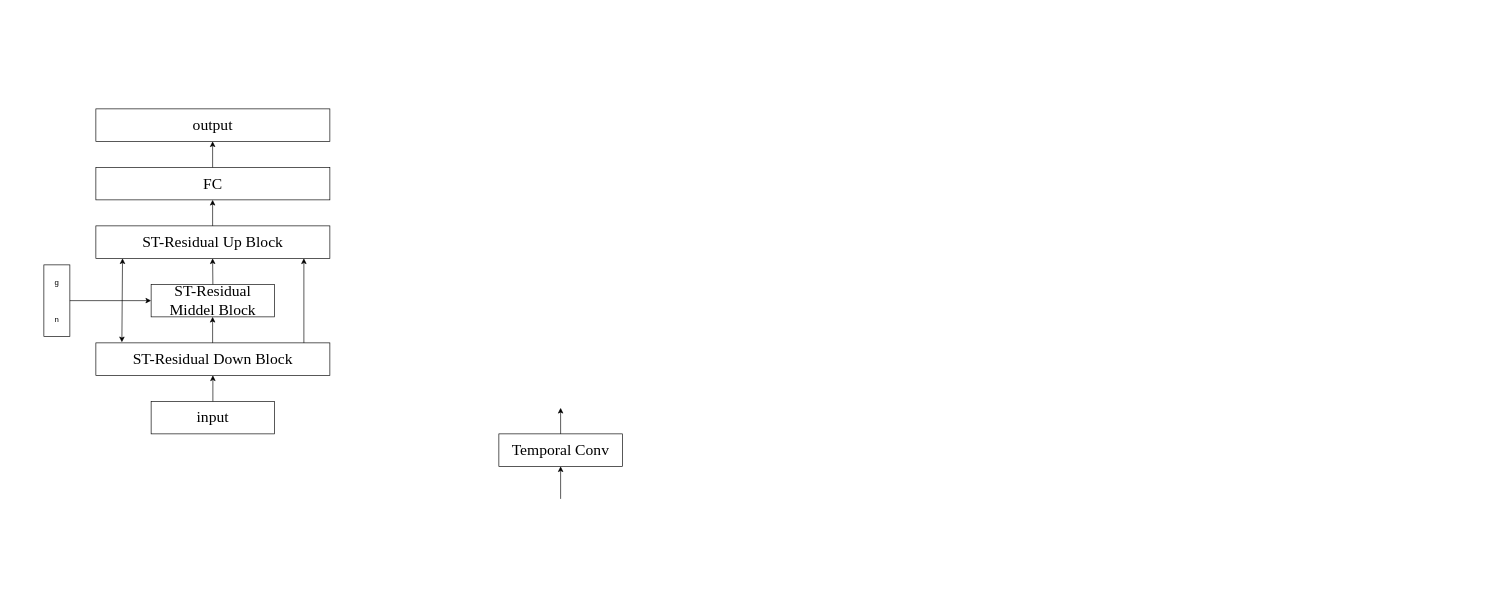
123456789bhf/Basics keeps this draw.io diagram as 笔记（word版本）/未命名绘图.drawio. Above is the earlier version. Source tidied: cells renumbered, new cells numbered last; positions are measured from the earlier drawing's top-left corner, leaving out a move shared by most shapes. Both pictures are drawn from the tidied source at 65%, with x=0, y=0 at pixel (44, 109).
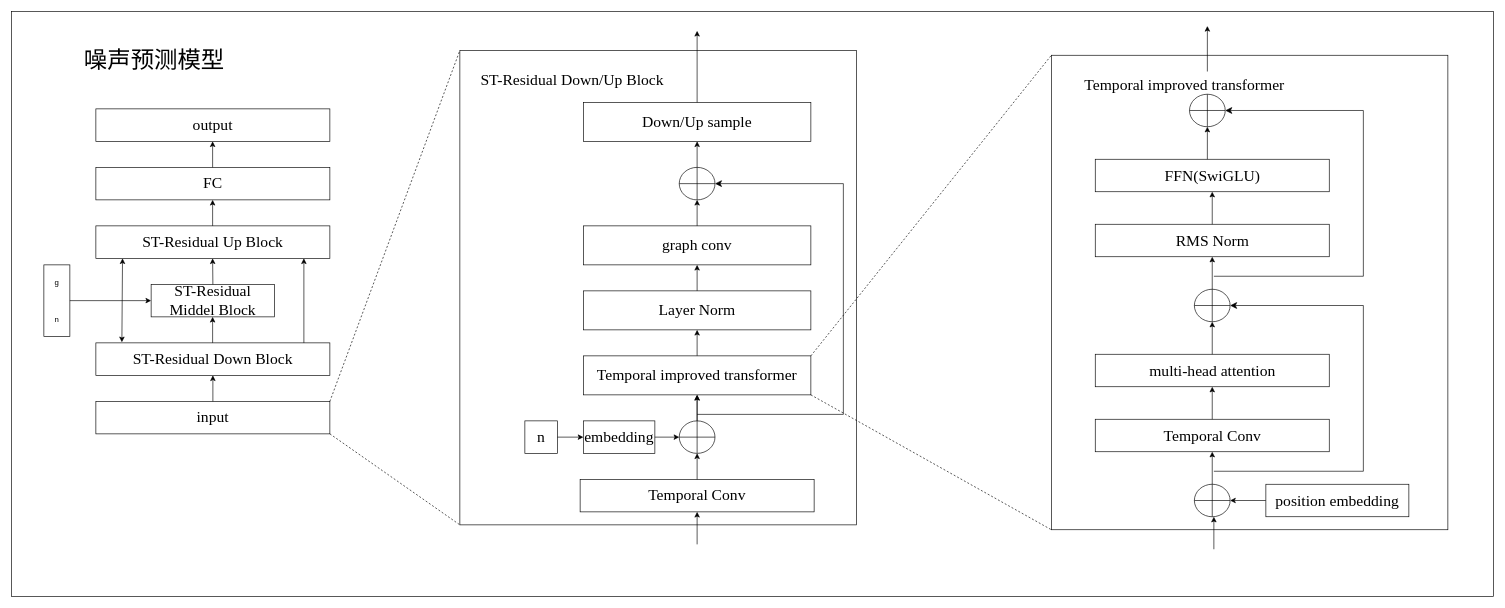
The same page after the edit.

Commit message (it also covers changes not shown here):
更新未命名绘图.drawio

The edit, as a diff of the source:
```diff
@@
+    <mxCell id="23" style="rounded=0;whiteSpace=wrap;html=1;" parent="1" vertex="1">
+      <mxGeometry x="-50" y="-150" width="2280" height="900" as="geometry" />
+    </mxCell>
+    <mxCell id="24" style="rounded=0;whiteSpace=wrap;html=1;" parent="1" vertex="1">
+      <mxGeometry x="1550" y="-82.5" width="610" height="730" as="geometry" />
+    </mxCell>
+    <mxCell id="25" style="rounded=0;whiteSpace=wrap;html=1;" parent="1" vertex="1">
+      <mxGeometry x="640" y="-90" width="610" height="730" as="geometry" />
+    </mxCell>
     <mxCell id="2" value="&lt;font face=&quot;Times New Roman&quot; style=&quot;font-size: 24px;&quot;&gt;input&lt;/font&gt;" style="rounded=0;whiteSpace=wrap;html=1;labelBackgroundColor=none;" parent="1" vertex="1">
-      <mxGeometry x="165" y="450" width="190" height="50" as="geometry" />
+      <mxGeometry x="80" y="450" width="360" height="50" as="geometry" />
     </mxCell>
@@
     <mxCell id="18" style="edgeStyle=orthogonalEdgeStyle;rounded=0;orthogonalLoop=1;jettySize=auto;html=1;exitX=0.5;exitY=1;exitDx=0;exitDy=0;labelBackgroundColor=none;fontColor=default;" parent="1" edge="1">
       <mxGeometry relative="1" as="geometry">
-        <mxPoint x="725" y="550" as="sourcePoint" />
-        <mxPoint x="725" y="550" as="targetPoint" />
+        <mxPoint x="935" y="620" as="sourcePoint" />
+        <mxPoint x="935" y="620" as="targetPoint" />
       </mxGeometry>
     </mxCell>
     <mxCell id="19" value="&lt;font face=&quot;Times New Roman&quot;&gt;&lt;span style=&quot;font-size: 24px;&quot;&gt;Temporal Conv&lt;/span&gt;&lt;/font&gt;" style="rounded=0;whiteSpace=wrap;html=1;labelBackgroundColor=none;" parent="1" vertex="1">
-      <mxGeometry x="700" y="500" width="190" height="50" as="geometry" />
+      <mxGeometry x="825" y="570" width="360" height="50" as="geometry" />
     </mxCell>
     <mxCell id="20" style="endArrow=classic;html=1;rounded=0;exitX=0.5;exitY=0;exitDx=0;exitDy=0;entryX=0.5;entryY=1;entryDx=0;entryDy=0;labelBackgroundColor=none;fontColor=default;" parent="1" edge="1" source="19">
       <mxGeometry relative="1" as="geometry">
-        <mxPoint x="795" y="460" as="targetPoint" />
+        <mxPoint x="1005" y="530" as="targetPoint" />
       </mxGeometry>
     </mxCell>
@@
     <mxCell id="22" style="endArrow=classic;html=1;rounded=0;labelBackgroundColor=none;fontColor=default;entryX=0.5;entryY=1;entryDx=0;entryDy=0;" parent="1" edge="1" target="19">
       <mxGeometry relative="1" as="geometry">
-        <mxPoint x="795" y="600" as="sourcePoint" />
+        <mxPoint x="1005" y="670" as="sourcePoint" />
       </mxGeometry>
     </mxCell>
+    <mxCell id="26" value="&lt;font face=&quot;Times New Roman&quot;&gt;&lt;span style=&quot;font-size: 24px;&quot;&gt;n&lt;/span&gt;&lt;/font&gt;" style="rounded=0;whiteSpace=wrap;html=1;labelBackgroundColor=none;" parent="1" vertex="1">
+      <mxGeometry x="740" y="480" width="50" height="50" as="geometry" />
+    </mxCell>
+    <mxCell id="27" style="endArrow=classic;html=1;rounded=0;labelBackgroundColor=none;fontColor=default;exitX=1;exitY=0.5;exitDx=0;exitDy=0;entryX=0;entryY=0.5;entryDx=0;entryDy=0;" parent="1" edge="1" source="26" target="28">
+      <mxGeometry relative="1" as="geometry" />
+    </mxCell>
+    <mxCell id="28" value="&lt;font face=&quot;Times New Roman&quot;&gt;&lt;span style=&quot;font-size: 24px;&quot;&gt;embedding&lt;/span&gt;&lt;/font&gt;" style="rounded=0;whiteSpace=wrap;html=1;labelBackgroundColor=none;" parent="1" vertex="1">
+      <mxGeometry x="830" y="480" width="110" height="50" as="geometry" />
+    </mxCell>
+    <mxCell id="29" style="endArrow=classic;html=1;rounded=0;exitX=1;exitY=0.5;exitDx=0;exitDy=0;entryX=0;entryY=0.5;entryDx=0;entryDy=0;" parent="1" edge="1" source="28">
+      <mxGeometry relative="1" as="geometry">
+        <mxPoint x="977.5" y="505" as="targetPoint" />
+      </mxGeometry>
+    </mxCell>
+    <mxCell id="30" style="endArrow=classic;html=1;rounded=0;exitX=0.5;exitY=0;exitDx=0;exitDy=0;labelBackgroundColor=none;fontColor=default;" parent="1" edge="1">
+      <mxGeometry relative="1" as="geometry">
+        <mxPoint x="1005" y="480" as="sourcePoint" />
+        <mxPoint x="1005" y="440" as="targetPoint" />
+      </mxGeometry>
+    </mxCell>
+    <mxCell id="31" style="edgeStyle=orthogonalEdgeStyle;rounded=0;jettySize=auto;html=1;" parent="1" edge="1" source="32" target="33">
+      <mxGeometry relative="1" as="geometry" />
+    </mxCell>
+    <mxCell id="32" value="&lt;font face=&quot;Times New Roman&quot;&gt;&lt;span style=&quot;font-size: 24px;&quot;&gt;Temporal improved transformer&lt;/span&gt;&lt;/font&gt;" style="rounded=0;whiteSpace=wrap;html=1;labelBackgroundColor=none;" parent="1" vertex="1">
+      <mxGeometry x="830" y="380" width="350" height="60" as="geometry" />
+    </mxCell>
+    <mxCell id="33" value="&lt;font face=&quot;Times New Roman&quot; style=&quot;font-size: 24px;&quot;&gt;Layer Norm&lt;/font&gt;" style="whiteSpace=wrap;html=1;rounded=0;labelBackgroundColor=none;" parent="1" vertex="1">
+      <mxGeometry x="830" y="280" width="350" height="60" as="geometry" />
+    </mxCell>
+    <mxCell id="34" style="endArrow=classic;html=1;rounded=0;exitX=0.5;exitY=0;exitDx=0;exitDy=0;labelBackgroundColor=none;fontColor=default;" parent="1" edge="1">
+      <mxGeometry relative="1" as="geometry">
+        <mxPoint x="1005" y="280" as="sourcePoint" />
+        <mxPoint x="1005" y="240" as="targetPoint" />
+      </mxGeometry>
+    </mxCell>
+    <mxCell id="35" value="&lt;font face=&quot;Times New Roman&quot;&gt;&lt;span style=&quot;font-size: 24px;&quot;&gt;graph conv&lt;/span&gt;&lt;/font&gt;" style="rounded=0;whiteSpace=wrap;html=1;labelBackgroundColor=none;" parent="1" vertex="1">
+      <mxGeometry x="830" y="180" width="350" height="60" as="geometry" />
+    </mxCell>
+    <mxCell id="36" style="endArrow=classic;html=1;rounded=0;exitX=0.5;exitY=0;exitDx=0;exitDy=0;labelBackgroundColor=none;fontColor=default;" parent="1" edge="1">
+      <mxGeometry relative="1" as="geometry">
+        <mxPoint x="1005" y="180" as="sourcePoint" />
+        <mxPoint x="1005" y="140" as="targetPoint" />
+      </mxGeometry>
+    </mxCell>
+    <mxCell id="37" style="shape=orEllipse;perimeter=ellipsePerimeter;whiteSpace=wrap;html=1;backgroundOutline=1;" parent="1" vertex="1">
+      <mxGeometry x="977.5" y="90" width="55" height="50" as="geometry" />
+    </mxCell>
+    <mxCell id="38" style="endArrow=classic;html=1;rounded=0;exitX=0.5;exitY=0;exitDx=0;exitDy=0;labelBackgroundColor=none;fontColor=default;" parent="1" edge="1">
+      <mxGeometry relative="1" as="geometry">
+        <mxPoint x="1005" y="90" as="sourcePoint" />
+        <mxPoint x="1005" y="50" as="targetPoint" />
+      </mxGeometry>
+    </mxCell>
+    <mxCell id="39" value="&lt;font face=&quot;Times New Roman&quot;&gt;&lt;span style=&quot;font-size: 24px;&quot;&gt;Down/Up sample&lt;/span&gt;&lt;/font&gt;" style="rounded=0;whiteSpace=wrap;html=1;labelBackgroundColor=none;" parent="1" vertex="1">
+      <mxGeometry x="830" y="-10" width="350" height="60" as="geometry" />
+    </mxCell>
+    <mxCell id="40" style="endArrow=classic;html=1;rounded=0;exitX=0.5;exitY=0;exitDx=0;exitDy=0;labelBackgroundColor=none;fontColor=default;" parent="1" edge="1" source="39">
+      <mxGeometry relative="1" as="geometry">
+        <mxPoint x="1005" y="-120" as="targetPoint" />
+      </mxGeometry>
+    </mxCell>
+    <mxCell id="41" value="&lt;font face=&quot;Times New Roman&quot; style=&quot;font-size: 24px;&quot;&gt;ST-Residual Down/Up Block&lt;/font&gt;" style="text;html=1;align=center;verticalAlign=middle;whiteSpace=wrap;rounded=0;" parent="1" vertex="1">
+      <mxGeometry x="647.5" y="-60" width="330" height="30" as="geometry" />
+    </mxCell>
+    <mxCell id="42" style="endArrow=none;dashed=1;html=1;rounded=0;exitX=1;exitY=0;exitDx=0;exitDy=0;entryX=0;entryY=0;entryDx=0;entryDy=0;" parent="1" edge="1" source="2" target="25">
+      <mxGeometry relative="1" as="geometry" />
+    </mxCell>
+    <mxCell id="43" style="endArrow=none;dashed=1;html=1;rounded=0;exitX=1;exitY=1;exitDx=0;exitDy=0;entryX=0;entryY=1;entryDx=0;entryDy=0;" parent="1" edge="1" source="2" target="25">
+      <mxGeometry relative="1" as="geometry" />
+    </mxCell>
+    <mxCell id="44" style="edgeStyle=orthogonalEdgeStyle;rounded=0;orthogonalLoop=1;jettySize=auto;html=1;exitX=0.5;exitY=1;exitDx=0;exitDy=0;labelBackgroundColor=none;fontColor=default;" parent="1" edge="1">
+      <mxGeometry relative="1" as="geometry">
+        <mxPoint x="1730" y="627.5" as="sourcePoint" />
+        <mxPoint x="1730" y="627.5" as="targetPoint" />
+      </mxGeometry>
+    </mxCell>
+    <mxCell id="45" style="edgeStyle=orthogonalEdgeStyle;rounded=0;orthogonalLoop=1;jettySize=auto;html=1;exitX=0.5;exitY=1;exitDx=0;exitDy=0;labelBackgroundColor=none;fontColor=default;" parent="1" edge="1">
+      <mxGeometry relative="1" as="geometry">
+        <mxPoint x="1800" y="627.5" as="sourcePoint" />
+        <mxPoint x="1800" y="627.5" as="targetPoint" />
+      </mxGeometry>
+    </mxCell>
+    <mxCell id="46" style="endArrow=classic;html=1;rounded=0;labelBackgroundColor=none;fontColor=default;entryX=0.5;entryY=1;entryDx=0;entryDy=0;" parent="1" edge="1">
+      <mxGeometry relative="1" as="geometry">
+        <mxPoint x="1800" y="677.5" as="sourcePoint" />
+        <mxPoint x="1800" y="627.5" as="targetPoint" />
+      </mxGeometry>
+    </mxCell>
+    <mxCell id="47" style="shape=orEllipse;perimeter=ellipsePerimeter;whiteSpace=wrap;html=1;backgroundOutline=1;" parent="1" vertex="1">
+      <mxGeometry x="1770" y="577.5" width="55" height="50" as="geometry" />
+    </mxCell>
+    <mxCell id="48" style="edgeStyle=orthogonalEdgeStyle;rounded=0;jettySize=auto;html=1;" parent="1" edge="1" source="49" target="47">
+      <mxGeometry relative="1" as="geometry" />
+    </mxCell>
+    <mxCell id="49" value="&lt;font face=&quot;Times New Roman&quot;&gt;&lt;span style=&quot;font-size: 24px;&quot;&gt;position embedding&lt;/span&gt;&lt;/font&gt;" style="rounded=0;whiteSpace=wrap;html=1;labelBackgroundColor=none;" parent="1" vertex="1">
+      <mxGeometry x="1880" y="577.5" width="220" height="50" as="geometry" />
+    </mxCell>
+    <mxCell id="50" style="edgeStyle=orthogonalEdgeStyle;rounded=0;orthogonalLoop=1;jettySize=auto;html=1;exitX=0.5;exitY=1;exitDx=0;exitDy=0;labelBackgroundColor=none;fontColor=default;" parent="1" edge="1">
+      <mxGeometry relative="1" as="geometry">
+        <mxPoint x="1727.5" y="527.5" as="sourcePoint" />
+        <mxPoint x="1727.5" y="527.5" as="targetPoint" />
+      </mxGeometry>
+    </mxCell>
+    <mxCell id="51" value="&lt;font face=&quot;Times New Roman&quot;&gt;&lt;span style=&quot;font-size: 24px;&quot;&gt;Temporal Conv&lt;/span&gt;&lt;/font&gt;" style="rounded=0;whiteSpace=wrap;html=1;labelBackgroundColor=none;" parent="1" vertex="1">
+      <mxGeometry x="1617.5" y="477.5" width="360" height="50" as="geometry" />
+    </mxCell>
+    <mxCell id="52" style="edgeStyle=orthogonalEdgeStyle;rounded=0;orthogonalLoop=1;jettySize=auto;html=1;exitX=0.5;exitY=1;exitDx=0;exitDy=0;labelBackgroundColor=none;fontColor=default;" parent="1" edge="1" source="51" target="51">
+      <mxGeometry relative="1" as="geometry" />
+    </mxCell>
+    <mxCell id="53" style="endArrow=classic;html=1;rounded=0;labelBackgroundColor=none;fontColor=default;entryX=0.5;entryY=1;entryDx=0;entryDy=0;" parent="1" edge="1" target="51">
+      <mxGeometry relative="1" as="geometry">
+        <mxPoint x="1797.5" y="577.5" as="sourcePoint" />
+      </mxGeometry>
+    </mxCell>
+    <mxCell id="54" style="edgeStyle=orthogonalEdgeStyle;rounded=0;orthogonalLoop=1;jettySize=auto;html=1;exitX=0.5;exitY=1;exitDx=0;exitDy=0;labelBackgroundColor=none;fontColor=default;" parent="1" edge="1">
+      <mxGeometry relative="1" as="geometry">
+        <mxPoint x="1727.5" y="427.5" as="sourcePoint" />
+        <mxPoint x="1727.5" y="427.5" as="targetPoint" />
+      </mxGeometry>
+    </mxCell>
+    <mxCell id="55" value="&lt;font face=&quot;Times New Roman&quot;&gt;&lt;span style=&quot;font-size: 24px;&quot;&gt;multi-head attention&lt;/span&gt;&lt;/font&gt;" style="rounded=0;whiteSpace=wrap;html=1;labelBackgroundColor=none;" parent="1" vertex="1">
+      <mxGeometry x="1617.5" y="377.5" width="360" height="50" as="geometry" />
+    </mxCell>
+    <mxCell id="56" style="edgeStyle=orthogonalEdgeStyle;rounded=0;orthogonalLoop=1;jettySize=auto;html=1;exitX=0.5;exitY=1;exitDx=0;exitDy=0;labelBackgroundColor=none;fontColor=default;" parent="1" edge="1" source="55" target="55">
+      <mxGeometry relative="1" as="geometry" />
+    </mxCell>
+    <mxCell id="57" style="endArrow=classic;html=1;rounded=0;labelBackgroundColor=none;fontColor=default;entryX=0.5;entryY=1;entryDx=0;entryDy=0;" parent="1" edge="1" target="55">
+      <mxGeometry relative="1" as="geometry">
+        <mxPoint x="1797.5" y="477.5" as="sourcePoint" />
+      </mxGeometry>
+    </mxCell>
+    <mxCell id="58" style="edgeStyle=orthogonalEdgeStyle;rounded=0;orthogonalLoop=1;jettySize=auto;html=1;exitX=0.5;exitY=1;exitDx=0;exitDy=0;labelBackgroundColor=none;fontColor=default;" parent="1" edge="1">
+      <mxGeometry relative="1" as="geometry">
+        <mxPoint x="1727.5" y="327.5" as="sourcePoint" />
+        <mxPoint x="1727.5" y="327.5" as="targetPoint" />
+      </mxGeometry>
+    </mxCell>
+    <mxCell id="59" style="edgeStyle=orthogonalEdgeStyle;rounded=0;orthogonalLoop=1;jettySize=auto;html=1;exitX=0.5;exitY=1;exitDx=0;exitDy=0;labelBackgroundColor=none;fontColor=default;" parent="1" edge="1">
+      <mxGeometry relative="1" as="geometry">
+        <mxPoint x="1797.5" y="327.5" as="sourcePoint" />
+        <mxPoint x="1797.5" y="327.5" as="targetPoint" />
+      </mxGeometry>
+    </mxCell>
+    <mxCell id="60" style="endArrow=classic;html=1;rounded=0;labelBackgroundColor=none;fontColor=default;entryX=0.5;entryY=1;entryDx=0;entryDy=0;" parent="1" edge="1">
+      <mxGeometry relative="1" as="geometry">
+        <mxPoint x="1797.5" y="377.5" as="sourcePoint" />
+        <mxPoint x="1797.5" y="327.5" as="targetPoint" />
+      </mxGeometry>
+    </mxCell>
+    <mxCell id="61" style="shape=orEllipse;perimeter=ellipsePerimeter;whiteSpace=wrap;html=1;backgroundOutline=1;" parent="1" vertex="1">
+      <mxGeometry x="1770" y="277.5" width="55" height="50" as="geometry" />
+    </mxCell>
+    <mxCell id="62" style="edgeStyle=orthogonalEdgeStyle;rounded=0;jettySize=auto;html=1;" parent="1" edge="1" source="63" target="32">
+      <mxGeometry relative="1" as="geometry" />
+    </mxCell>
+    <mxCell id="63" style="shape=orEllipse;perimeter=ellipsePerimeter;whiteSpace=wrap;html=1;backgroundOutline=1;" parent="1" vertex="1">
+      <mxGeometry x="977.5" y="480" width="55" height="50" as="geometry" />
+    </mxCell>
+    <mxCell id="64" style="edgeStyle=elbowEdgeStyle;elbow=horizontal;endArrow=classic;html=1;curved=0;rounded=0;endSize=8;startSize=8;entryX=1;entryY=0.5;entryDx=0;entryDy=0;" parent="1" edge="1" target="37">
+      <mxGeometry relative="1" as="geometry">
+        <mxPoint x="1005" y="470" as="sourcePoint" />
+        <Array as="points">
+          <mxPoint x="1230" y="270" />
+        </Array>
+      </mxGeometry>
+    </mxCell>
+    <mxCell id="65" style="edgeStyle=elbowEdgeStyle;elbow=horizontal;endArrow=classic;html=1;curved=0;rounded=0;endSize=8;startSize=8;entryX=1;entryY=0.5;entryDx=0;entryDy=0;" parent="1" edge="1" target="61">
+      <mxGeometry relative="1" as="geometry">
+        <mxPoint x="1800" y="557.5" as="sourcePoint" />
+        <Array as="points">
+          <mxPoint x="2030" y="427.5" />
+        </Array>
+      </mxGeometry>
+    </mxCell>
+    <mxCell id="66" style="edgeStyle=orthogonalEdgeStyle;rounded=0;orthogonalLoop=1;jettySize=auto;html=1;exitX=0.5;exitY=1;exitDx=0;exitDy=0;labelBackgroundColor=none;fontColor=default;" parent="1" edge="1">
+      <mxGeometry relative="1" as="geometry">
+        <mxPoint x="1727.5" y="227.5" as="sourcePoint" />
+        <mxPoint x="1727.5" y="227.5" as="targetPoint" />
+      </mxGeometry>
+    </mxCell>
+    <mxCell id="67" value="&lt;font face=&quot;Times New Roman&quot;&gt;&lt;span style=&quot;font-size: 24px;&quot;&gt;RMS Norm&lt;/span&gt;&lt;/font&gt;" style="rounded=0;whiteSpace=wrap;html=1;labelBackgroundColor=none;" parent="1" vertex="1">
+      <mxGeometry x="1617.5" y="177.5" width="360" height="50" as="geometry" />
+    </mxCell>
+    <mxCell id="68" style="edgeStyle=orthogonalEdgeStyle;rounded=0;orthogonalLoop=1;jettySize=auto;html=1;exitX=0.5;exitY=1;exitDx=0;exitDy=0;labelBackgroundColor=none;fontColor=default;" parent="1" edge="1" source="67" target="67">
+      <mxGeometry relative="1" as="geometry" />
+    </mxCell>
+    <mxCell id="69" style="endArrow=classic;html=1;rounded=0;labelBackgroundColor=none;fontColor=default;entryX=0.5;entryY=1;entryDx=0;entryDy=0;" parent="1" edge="1" target="67">
+      <mxGeometry relative="1" as="geometry">
+        <mxPoint x="1797.5" y="277.5" as="sourcePoint" />
+      </mxGeometry>
+    </mxCell>
+    <mxCell id="70" style="edgeStyle=orthogonalEdgeStyle;rounded=0;orthogonalLoop=1;jettySize=auto;html=1;exitX=0.5;exitY=1;exitDx=0;exitDy=0;labelBackgroundColor=none;fontColor=default;" parent="1" edge="1">
+      <mxGeometry relative="1" as="geometry">
+        <mxPoint x="1727.5" y="127.5" as="sourcePoint" />
+        <mxPoint x="1727.5" y="127.5" as="targetPoint" />
+      </mxGeometry>
+    </mxCell>
+    <mxCell id="71" value="&lt;font face=&quot;Times New Roman&quot;&gt;&lt;span style=&quot;font-size: 24px;&quot;&gt;FFN(SwiGLU)&lt;/span&gt;&lt;/font&gt;" style="rounded=0;whiteSpace=wrap;html=1;labelBackgroundColor=none;" parent="1" vertex="1">
+      <mxGeometry x="1617.5" y="77.5" width="360" height="50" as="geometry" />
+    </mxCell>
+    <mxCell id="72" style="edgeStyle=orthogonalEdgeStyle;rounded=0;orthogonalLoop=1;jettySize=auto;html=1;exitX=0.5;exitY=1;exitDx=0;exitDy=0;labelBackgroundColor=none;fontColor=default;" parent="1" edge="1" source="71" target="71">
+      <mxGeometry relative="1" as="geometry" />
+    </mxCell>
+    <mxCell id="73" style="endArrow=classic;html=1;rounded=0;labelBackgroundColor=none;fontColor=default;entryX=0.5;entryY=1;entryDx=0;entryDy=0;" parent="1" edge="1" target="71">
+      <mxGeometry relative="1" as="geometry">
+        <mxPoint x="1797.5" y="177.5" as="sourcePoint" />
+      </mxGeometry>
+    </mxCell>
+    <mxCell id="74" style="edgeStyle=orthogonalEdgeStyle;rounded=0;orthogonalLoop=1;jettySize=auto;html=1;exitX=0.5;exitY=1;exitDx=0;exitDy=0;labelBackgroundColor=none;fontColor=default;" parent="1" edge="1">
+      <mxGeometry relative="1" as="geometry">
+        <mxPoint x="1720" y="27.5" as="sourcePoint" />
+        <mxPoint x="1720" y="27.5" as="targetPoint" />
+      </mxGeometry>
+    </mxCell>
+    <mxCell id="75" style="edgeStyle=orthogonalEdgeStyle;rounded=0;orthogonalLoop=1;jettySize=auto;html=1;exitX=0.5;exitY=1;exitDx=0;exitDy=0;labelBackgroundColor=none;fontColor=default;" parent="1" edge="1">
+      <mxGeometry relative="1" as="geometry">
+        <mxPoint x="1790" y="27.5" as="sourcePoint" />
+        <mxPoint x="1790" y="27.5" as="targetPoint" />
+      </mxGeometry>
+    </mxCell>
+    <mxCell id="76" style="endArrow=classic;html=1;rounded=0;labelBackgroundColor=none;fontColor=default;entryX=0.5;entryY=1;entryDx=0;entryDy=0;" parent="1" edge="1">
+      <mxGeometry relative="1" as="geometry">
+        <mxPoint x="1790" y="77.5" as="sourcePoint" />
+        <mxPoint x="1790" y="27.5" as="targetPoint" />
+      </mxGeometry>
+    </mxCell>
+    <mxCell id="77" style="edgeStyle=orthogonalEdgeStyle;rounded=0;jettySize=auto;html=1;" parent="1" edge="1" source="80">
+      <mxGeometry relative="1" as="geometry">
+        <mxPoint x="1790" y="-127.5" as="targetPoint" />
+        <Array as="points">
+          <mxPoint x="1791" y="-127.5" />
+        </Array>
+      </mxGeometry>
+    </mxCell>
+    <mxCell id="78" style="shape=orEllipse;perimeter=ellipsePerimeter;whiteSpace=wrap;html=1;backgroundOutline=1;" parent="1" vertex="1">
+      <mxGeometry x="1762.5" y="-22.5" width="55" height="50" as="geometry" />
+    </mxCell>
+    <mxCell id="79" style="edgeStyle=elbowEdgeStyle;elbow=horizontal;endArrow=classic;html=1;curved=0;rounded=0;endSize=8;startSize=8;entryX=1;entryY=0.5;entryDx=0;entryDy=0;" parent="1" edge="1" target="78">
+      <mxGeometry relative="1" as="geometry">
+        <mxPoint x="1800" y="257.5" as="sourcePoint" />
+        <Array as="points">
+          <mxPoint x="2030" y="127.5" />
+        </Array>
+      </mxGeometry>
+    </mxCell>
+    <mxCell id="80" value="&lt;font face=&quot;Times New Roman&quot;&gt;&lt;span style=&quot;font-size: 24px;&quot;&gt;Temporal improved transformer&lt;/span&gt;&lt;/font&gt;" style="text;html=1;align=center;verticalAlign=middle;whiteSpace=wrap;rounded=0;" parent="1" vertex="1">
+      <mxGeometry x="1590" y="-57.5" width="330" height="40" as="geometry" />
+    </mxCell>
+    <mxCell id="81" style="endArrow=none;dashed=1;html=1;rounded=0;exitX=1;exitY=1;exitDx=0;exitDy=0;entryX=0;entryY=1;entryDx=0;entryDy=0;" parent="1" edge="1" source="32" target="24">
+      <mxGeometry relative="1" as="geometry" />
+    </mxCell>
+    <mxCell id="82" style="endArrow=none;dashed=1;html=1;rounded=0;exitX=1;exitY=0;exitDx=0;exitDy=0;entryX=0;entryY=0;entryDx=0;entryDy=0;" parent="1" edge="1" source="32" target="24">
+      <mxGeometry relative="1" as="geometry" />
+    </mxCell>
+    <mxCell id="83" value="&lt;font style=&quot;font-size: 36px;&quot; face=&quot;Times New Roman&quot;&gt;噪声预测模型&lt;/font&gt;" style="text;html=1;align=center;verticalAlign=middle;whiteSpace=wrap;rounded=0;" parent="1" vertex="1">
+      <mxGeometry x="40" y="-90" width="260" height="30" as="geometry" />
+    </mxCell>
```
